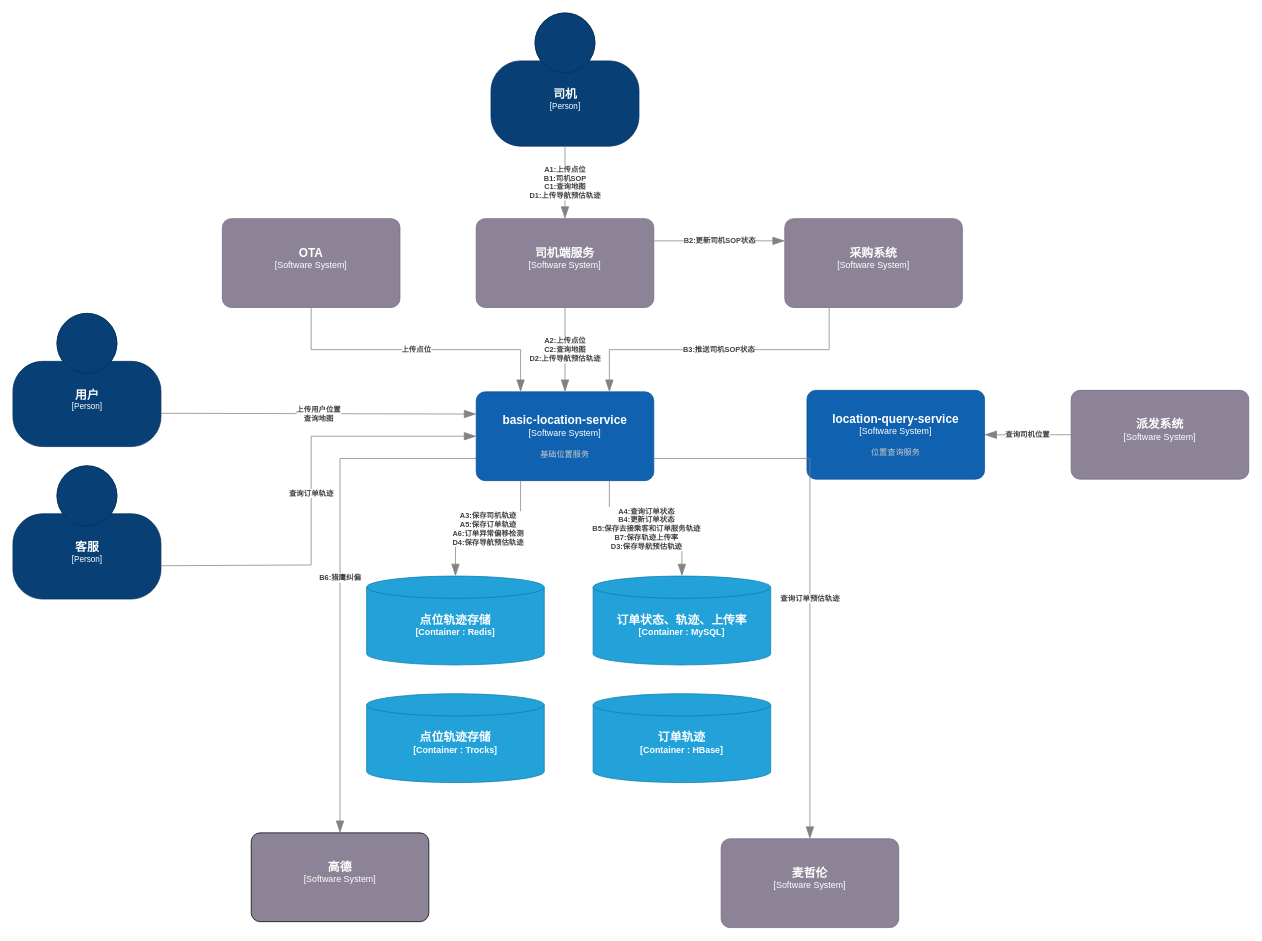
miareko/c4-diagram keeps this draw.io diagram as page "地图-容器图" (3 of 3) of 地图服务-现状.drawio. Above is the earlier version. Source tidied: cells renumbered, new cells numbered last; positions are measured from the earlier drawing's top-left corner, leaving out a move shared by most shapes. Both pictures are drawn from the tidied source at 74%, with x=0, y=0 at pixel (13, 13).
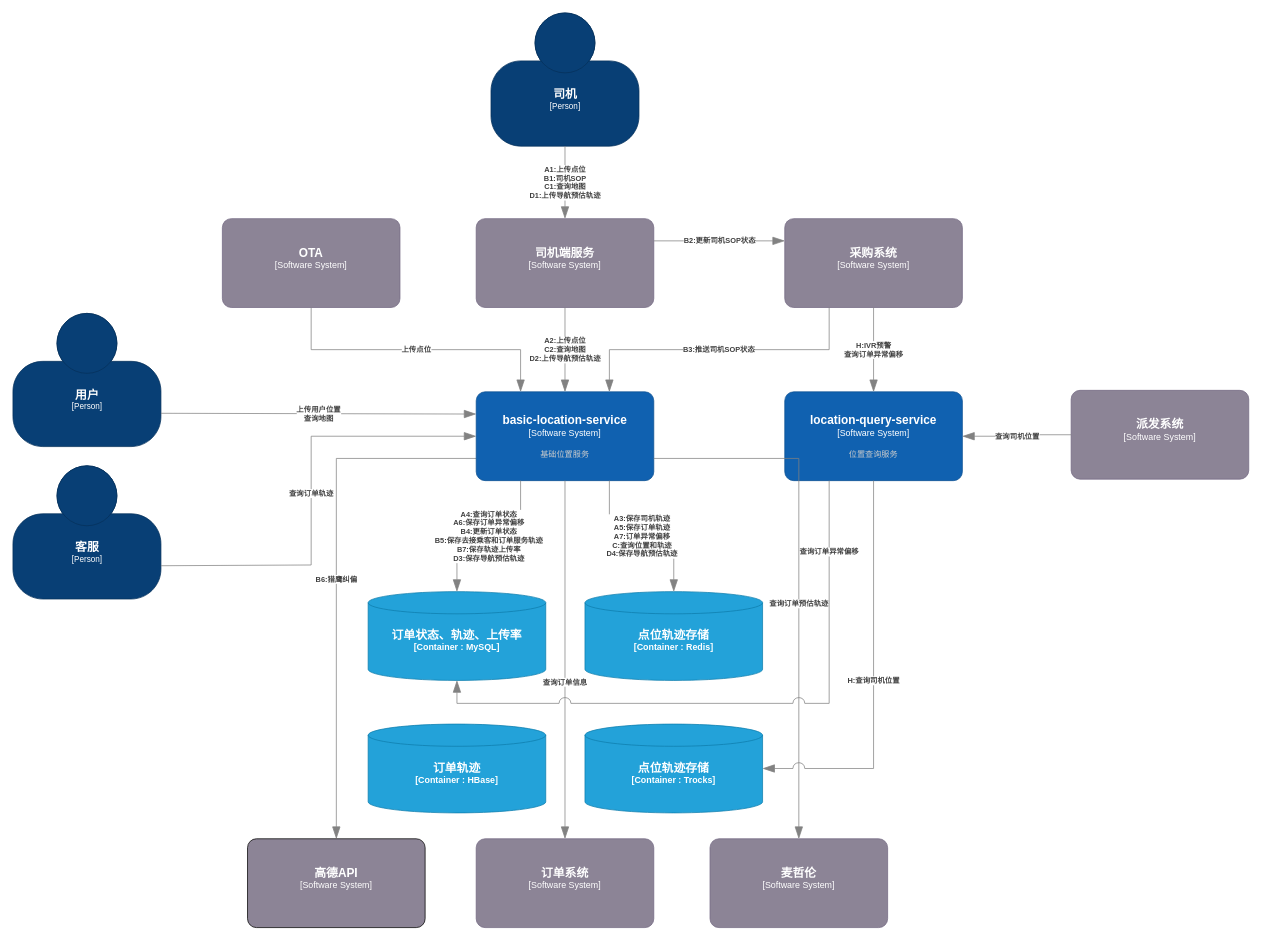
After the change.

Commit message:
Update 地图服务-现状.drawio

The change refers to these unchanged cells:
```xml
<object id="4" label="&lt;font style=&quot;font-size: 16px&quot;&gt;&lt;b&gt;%c4Name%&lt;/b&gt;&lt;/font&gt;&lt;div&gt;[%c4Type%]&lt;/div&gt;&lt;br&gt;&lt;div&gt;&lt;font style=&quot;font-size: 11px&quot;&gt;&lt;font color=&quot;#cccccc&quot;&gt;%c4Description%&lt;/font&gt;&lt;/div&gt;" c4Description="" c4Name="采购系统" c4Type="Software System" placeholders="1">
  <mxCell style="rounded=1;whiteSpace=wrap;html=1;labelBackgroundColor=none;fillColor=#8C8496;fontColor=#ffffff;align=center;arcSize=10;strokeColor=#736782;points=[[0.25,0,0],[0.5,0,0],[0.75,0,0],[1,0.25,0],[1,0.5,0],[1,0.75,0],[0.75,1,0],[0.5,1,0],[0.25,1,0],[0,0.75,0],[0,0.5,0],[0,0.25,0]];" parent="1" vertex="1">
    <mxGeometry x="1043" y="278" width="240" height="120" as="geometry" />
  </mxCell>
</object>
<object id="19" label="&lt;font style=&quot;font-size: 16px&quot;&gt;&lt;b&gt;%c4Name%&lt;/b&gt;&lt;/font&gt;&lt;div&gt;[%c4Type%]&lt;/div&gt;&lt;br&gt;&lt;div&gt;&lt;font style=&quot;font-size: 11px&quot;&gt;&lt;font color=&quot;#cccccc&quot;&gt;%c4Description%&lt;/font&gt;&lt;/div&gt;" c4Description="基础位置服务" c4Name="basic-location-service" c4Type="Software System" placeholders="1">
  <mxCell style="rounded=1;whiteSpace=wrap;html=1;labelBackgroundColor=none;fillColor=#1061B0;fontColor=#ffffff;align=center;arcSize=10;strokeColor=#0D5091;points=[[0.25,0,0],[0.5,0,0],[0.75,0,0],[1,0.25,0],[1,0.5,0],[1,0.75,0],[0.75,1,0],[0.5,1,0],[0.25,1,0],[0,0.75,0],[0,0.5,0],[0,0.25,0]];" parent="1" vertex="1">
    <mxGeometry x="626" y="512" width="240" height="120" as="geometry" />
  </mxCell>
</object>
```

Diff of the diagram source:
```diff
@@
-    <object id="5" label="&lt;font style=&quot;font-size: 16px&quot;&gt;&lt;b&gt;%c4Name%&lt;/b&gt;&lt;/font&gt;&lt;div&gt;[%c4Type%]&lt;/div&gt;&lt;br&gt;&lt;div&gt;&lt;font style=&quot;font-size: 11px&quot;&gt;&lt;font color=&quot;#cccccc&quot;&gt;%c4Description%&lt;/font&gt;&lt;/div&gt;" c4Description="" c4Name="高德" c4Type="Software System" placeholders="1">
+    <object id="5" label="&lt;font style=&quot;font-size: 16px&quot;&gt;&lt;b&gt;%c4Name%&lt;/b&gt;&lt;/font&gt;&lt;div&gt;[%c4Type%]&lt;/div&gt;&lt;br&gt;&lt;div&gt;&lt;font style=&quot;font-size: 11px&quot;&gt;&lt;font color=&quot;#cccccc&quot;&gt;%c4Description%&lt;/font&gt;&lt;/div&gt;" c4Description="" c4Name="高德API" c4Type="Software System" placeholders="1">
       <mxCell style="rounded=1;whiteSpace=wrap;html=1;labelBackgroundColor=none;fillColor=#8C8496;fontColor=#ffffff;align=center;arcSize=10;strokeColor=default;points=[[0.25,0,0],[0.5,0,0],[0.75,0,0],[1,0.25,0],[1,0.5,0],[1,0.75,0],[0.75,1,0],[0.5,1,0],[0.25,1,0],[0,0.75,0],[0,0.5,0],[0,0.25,0]];" parent="1" vertex="1">
-        <mxGeometry x="322" y="1108" width="240" height="120" as="geometry" />
+        <mxGeometry x="317" y="1116" width="240" height="120" as="geometry" />
       </mxCell>
     </object>
@@
     <object id="20" label="&lt;font style=&quot;font-size: 16px&quot;&gt;&lt;b&gt;%c4Name%&lt;/b&gt;&lt;/font&gt;&lt;div&gt;[%c4Type%]&lt;/div&gt;&lt;br&gt;&lt;div&gt;&lt;font style=&quot;font-size: 11px&quot;&gt;&lt;font color=&quot;#cccccc&quot;&gt;%c4Description%&lt;/font&gt;&lt;/div&gt;" c4Description="位置查询服务" c4Name="location-query-service" c4Type="Software System" placeholders="1">
       <mxCell style="rounded=1;whiteSpace=wrap;html=1;labelBackgroundColor=none;fillColor=#1061B0;fontColor=#ffffff;align=center;arcSize=10;strokeColor=#0D5091;points=[[0.25,0,0],[0.5,0,0],[0.75,0,0],[1,0.25,0],[1,0.5,0],[1,0.75,0],[0.75,1,0],[0.5,1,0],[0.25,1,0],[0,0.75,0],[0,0.5,0],[0,0.25,0]];" parent="1" vertex="1">
-        <mxGeometry x="1073" y="510" width="240" height="120" as="geometry" />
+        <mxGeometry x="1043" y="512" width="240" height="120" as="geometry" />
       </mxCell>
     </object>
     <object id="21" label="&lt;font style=&quot;font-size: 16px&quot;&gt;&lt;b&gt;%c4Type%&lt;/font&gt;&lt;div&gt;[%c4Container%:&amp;nbsp;%c4Technology%]&lt;/div&gt;&lt;br&gt;&lt;div&gt;&lt;font style=&quot;font-size: 11px&quot;&gt;&lt;font color=&quot;#E6E6E6&quot;&gt;%c4Description%&lt;/font&gt;&lt;/div&gt;" c4Container="Container " c4Description="" c4Technology="Redis" c4Type="点位轨迹存储" placeholders="1">
       <mxCell style="shape=cylinder3;size=15;whiteSpace=wrap;html=1;boundedLbl=1;rounded=0;labelBackgroundColor=none;fillColor=#23A2D9;fontSize=12;fontColor=#ffffff;align=center;strokeColor=#0E7DAD;points=[[0.5,0,0],[1,0.25,0],[1,0.5,0],[1,0.75,0],[0.5,1,0],[0,0.75,0],[0,0.5,0],[0,0.25,0]];" parent="1" vertex="1">
-        <mxGeometry x="478" y="761" width="240" height="120" as="geometry" />
+        <mxGeometry x="773" y="782" width="240" height="120" as="geometry" />
       </mxCell>
     </object>
     <object id="22" label="&lt;font style=&quot;font-size: 16px&quot;&gt;&lt;b&gt;%c4Type%&lt;/font&gt;&lt;div&gt;[%c4Container%:&amp;nbsp;%c4Technology%]&lt;/div&gt;&lt;br&gt;&lt;div&gt;&lt;font style=&quot;font-size: 11px&quot;&gt;&lt;font color=&quot;#E6E6E6&quot;&gt;%c4Description%&lt;/font&gt;&lt;/div&gt;" c4Container="Container " c4Description="" c4Technology="MySQL" c4Type="订单状态、轨迹、上传率" placeholders="1">
       <mxCell style="shape=cylinder3;size=15;whiteSpace=wrap;html=1;boundedLbl=1;rounded=0;labelBackgroundColor=none;fillColor=#23A2D9;fontSize=12;fontColor=#ffffff;align=center;strokeColor=#0E7DAD;points=[[0.5,0,0],[1,0.25,0],[1,0.5,0],[1,0.75,0],[0.5,1,0],[0,0.75,0],[0,0.5,0],[0,0.25,0]];" parent="1" vertex="1">
-        <mxGeometry x="784" y="761" width="240" height="120" as="geometry" />
+        <mxGeometry x="480" y="782" width="240" height="120" as="geometry" />
       </mxCell>
     </object>
-    <object id="23" label="&lt;div style=&quot;text-align: left&quot;&gt;&lt;div style=&quot;text-align: center&quot;&gt;&lt;b&gt;%c4Description%&lt;/b&gt;&lt;/div&gt;" c4Description="A3:保存司机轨迹&#10;A5:保存订单轨迹&#10;A6:订单异常偏移检测&#10;D4:保存导航预估轨迹" placeholders="1">
-      <mxCell style="endArrow=blockThin;html=1;fontSize=10;fontColor=#404040;strokeWidth=1;endFill=1;strokeColor=#828282;elbow=vertical;endSize=14;startSize=14;jumpStyle=arc;jumpSize=16;rounded=0;edgeStyle=orthogonalEdgeStyle;exitX=0.25;exitY=1;exitDx=0;exitDy=0;exitPerimeter=0;entryX=0.5;entryY=0;entryDx=0;entryDy=0;entryPerimeter=0;" parent="1" edge="1" source="19" target="21">
+    <object id="23" label="&lt;div style=&quot;text-align: left&quot;&gt;&lt;div style=&quot;text-align: center&quot;&gt;&lt;b&gt;%c4Description%&lt;/b&gt;&lt;/div&gt;" c4Description="A3:保存司机轨迹&#10;A5:保存订单轨迹&#10;A7:订单异常偏移&#10;C:查询位置和轨迹&#10;D4:保存导航预估轨迹" placeholders="1">
+      <mxCell style="endArrow=blockThin;html=1;fontSize=10;fontColor=#404040;strokeWidth=1;endFill=1;strokeColor=#828282;elbow=vertical;endSize=14;startSize=14;jumpStyle=arc;jumpSize=16;rounded=0;edgeStyle=orthogonalEdgeStyle;entryX=0.5;entryY=0;entryDx=0;entryDy=0;entryPerimeter=0;exitX=0.75;exitY=1;exitDx=0;exitDy=0;exitPerimeter=0;" parent="1" edge="1" source="19" target="21">
         <mxGeometry relative="1" as="geometry" />
       </mxCell>
     </object>
-    <object id="24" label="&lt;div style=&quot;text-align: left&quot;&gt;&lt;div style=&quot;text-align: center&quot;&gt;&lt;b&gt;%c4Description%&lt;/b&gt;&lt;/div&gt;" c4Description="A4:查询订单状态&#10;B4:更新订单状态&#10;B5:保存去接乘客和订单服务轨迹&#10;B7:保存轨迹上传率&#10;D3:保存导航预估轨迹" placeholders="1">
-      <mxCell style="endArrow=blockThin;html=1;fontSize=10;fontColor=#404040;strokeWidth=1;endFill=1;strokeColor=#828282;elbow=vertical;endSize=14;startSize=14;jumpStyle=arc;jumpSize=16;rounded=0;edgeStyle=orthogonalEdgeStyle;exitX=0.75;exitY=1;exitDx=0;exitDy=0;exitPerimeter=0;entryX=0.5;entryY=0;entryDx=0;entryDy=0;entryPerimeter=0;" parent="1" edge="1" source="19" target="22">
+    <object id="24" label="&lt;div style=&quot;text-align: left&quot;&gt;&lt;div style=&quot;text-align: center&quot;&gt;&lt;b&gt;%c4Description%&lt;/b&gt;&lt;/div&gt;" c4Description="A4:查询订单状态&#10;A6:保存订单异常偏移&#10;B4:更新订单状态&#10;B5:保存去接乘客和订单服务轨迹&#10;B7:保存轨迹上传率&#10;D3:保存导航预估轨迹" placeholders="1">
+      <mxCell style="endArrow=blockThin;html=1;fontSize=10;fontColor=#404040;strokeWidth=1;endFill=1;strokeColor=#828282;elbow=vertical;endSize=14;startSize=14;jumpStyle=arc;jumpSize=16;rounded=0;edgeStyle=orthogonalEdgeStyle;exitX=0.25;exitY=1;exitDx=0;exitDy=0;exitPerimeter=0;entryX=0.5;entryY=0;entryDx=0;entryDy=0;entryPerimeter=0;" parent="1" edge="1" source="19" target="22">
         <mxGeometry relative="1" as="geometry" />
       </mxCell>
     </object>
     <object id="25" label="&lt;font style=&quot;font-size: 16px&quot;&gt;&lt;b&gt;%c4Type%&lt;/font&gt;&lt;div&gt;[%c4Container%:&amp;nbsp;%c4Technology%]&lt;/div&gt;&lt;br&gt;&lt;div&gt;&lt;font style=&quot;font-size: 11px&quot;&gt;&lt;font color=&quot;#E6E6E6&quot;&gt;%c4Description%&lt;/font&gt;&lt;/div&gt;" c4Container="Container " c4Description="" c4Technology="HBase" c4Type="订单轨迹" placeholders="1">
       <mxCell style="shape=cylinder3;size=15;whiteSpace=wrap;html=1;boundedLbl=1;rounded=0;labelBackgroundColor=none;fillColor=#23A2D9;fontSize=12;fontColor=#ffffff;align=center;strokeColor=#0E7DAD;" parent="1" vertex="1">
-        <mxGeometry x="784" y="920" width="240" height="120" as="geometry" />
+        <mxGeometry x="480" y="961" width="240" height="120" as="geometry" />
       </mxCell>
     </object>
     <object id="26" label="&lt;font style=&quot;font-size: 16px&quot;&gt;&lt;b&gt;%c4Type%&lt;/font&gt;&lt;div&gt;[%c4Container%:&amp;nbsp;%c4Technology%]&lt;/div&gt;&lt;br&gt;&lt;div&gt;&lt;font style=&quot;font-size: 11px&quot;&gt;&lt;font color=&quot;#E6E6E6&quot;&gt;%c4Description%&lt;/font&gt;&lt;/div&gt;" c4Container="Container " c4Description="" c4Technology="Trocks" c4Type="点位轨迹存储" placeholders="1">
       <mxCell style="shape=cylinder3;size=15;whiteSpace=wrap;html=1;boundedLbl=1;rounded=0;labelBackgroundColor=none;fillColor=#23A2D9;fontSize=12;fontColor=#ffffff;align=center;strokeColor=#0E7DAD;points=[[0.5,0,0],[1,0.25,0],[1,0.5,0],[1,0.75,0],[0.5,1,0],[0,0.75,0],[0,0.5,0],[0,0.25,0]];" parent="1" vertex="1">
-        <mxGeometry x="478" y="920" width="240" height="120" as="geometry" />
+        <mxGeometry x="773" y="961" width="240" height="120" as="geometry" />
       </mxCell>
     </object>
     <object id="27" label="&lt;font style=&quot;font-size: 16px&quot;&gt;&lt;b&gt;%c4Name%&lt;/b&gt;&lt;/font&gt;&lt;div&gt;[%c4Type%]&lt;/div&gt;&lt;br&gt;&lt;div&gt;&lt;font style=&quot;font-size: 11px&quot;&gt;&lt;font color=&quot;#cccccc&quot;&gt;%c4Description%&lt;/font&gt;&lt;/div&gt;" c4Description="" c4Name="麦哲伦" c4Type="Software System" placeholders="1">
       <mxCell style="rounded=1;whiteSpace=wrap;html=1;labelBackgroundColor=none;fillColor=#8C8496;fontColor=#ffffff;align=center;arcSize=10;strokeColor=#736782;points=[[0.25,0,0],[0.5,0,0],[0.75,0,0],[1,0.25,0],[1,0.5,0],[1,0.75,0],[0.75,1,0],[0.5,1,0],[0.25,1,0],[0,0.75,0],[0,0.5,0],[0,0.25,0]];" parent="1" vertex="1">
-        <mxGeometry x="957" y="1116" width="240" height="120" as="geometry" />
+        <mxGeometry x="942" y="1116" width="240" height="120" as="geometry" />
       </mxCell>
     </object>
@@
+    <object id="29" label="&lt;font style=&quot;font-size: 16px&quot;&gt;&lt;b&gt;%c4Name%&lt;/b&gt;&lt;/font&gt;&lt;div&gt;[%c4Type%]&lt;/div&gt;&lt;br&gt;&lt;div&gt;&lt;font style=&quot;font-size: 11px&quot;&gt;&lt;font color=&quot;#cccccc&quot;&gt;%c4Description%&lt;/font&gt;&lt;/div&gt;" c4Description="" c4Name="订单系统" c4Type="Software System" placeholders="1">
+      <mxCell style="rounded=1;whiteSpace=wrap;html=1;labelBackgroundColor=none;fillColor=#8C8496;fontColor=#ffffff;align=center;arcSize=10;strokeColor=#736782;points=[[0.25,0,0],[0.5,0,0],[0.75,0,0],[1,0.25,0],[1,0.5,0],[1,0.75,0],[0.75,1,0],[0.5,1,0],[0.25,1,0],[0,0.75,0],[0,0.5,0],[0,0.25,0]];" parent="1" vertex="1">
+        <mxGeometry x="626" y="1116" width="240" height="120" as="geometry" />
+      </mxCell>
+    </object>
+    <object id="30" label="&lt;div style=&quot;text-align: left&quot;&gt;&lt;div style=&quot;text-align: center&quot;&gt;&lt;b&gt;%c4Description%&lt;/b&gt;&lt;/div&gt;" c4Description="查询订单信息" placeholders="1">
+      <mxCell style="endArrow=blockThin;html=1;fontSize=10;fontColor=#404040;strokeWidth=1;endFill=1;strokeColor=#828282;elbow=vertical;endSize=14;startSize=14;jumpStyle=arc;jumpSize=16;rounded=0;edgeStyle=orthogonalEdgeStyle;exitX=0.5;exitY=1;exitDx=0;exitDy=0;exitPerimeter=0;" parent="1" edge="1" source="19" target="29">
+        <mxGeometry x="0.12" relative="1" as="geometry">
+          <mxPoint y="1" as="offset" />
+        </mxGeometry>
+      </mxCell>
+    </object>
+    <object id="31" label="&lt;div style=&quot;text-align: left&quot;&gt;&lt;div style=&quot;text-align: center&quot;&gt;&lt;b&gt;%c4Description%&lt;/b&gt;&lt;/div&gt;" c4Description="H:IVR预警&#10;查询订单异常偏移" placeholders="1">
+      <mxCell style="endArrow=blockThin;html=1;fontSize=10;fontColor=#404040;strokeWidth=1;endFill=1;strokeColor=#828282;elbow=vertical;endSize=14;startSize=14;jumpStyle=arc;jumpSize=16;rounded=0;edgeStyle=orthogonalEdgeStyle;exitX=0.5;exitY=1;exitDx=0;exitDy=0;exitPerimeter=0;" parent="1" edge="1" source="4" target="20">
+        <mxGeometry relative="1" as="geometry" />
+      </mxCell>
+    </object>
+    <object id="32" label="&lt;div style=&quot;text-align: left&quot;&gt;&lt;div style=&quot;text-align: center&quot;&gt;&lt;b&gt;%c4Description%&lt;/b&gt;&lt;/div&gt;" c4Description="H:查询司机位置" placeholders="1">
+      <mxCell style="endArrow=blockThin;html=1;fontSize=10;fontColor=#404040;strokeWidth=1;endFill=1;strokeColor=#828282;elbow=vertical;endSize=14;startSize=14;jumpStyle=arc;jumpSize=16;rounded=0;edgeStyle=orthogonalEdgeStyle;exitX=0.5;exitY=1;exitDx=0;exitDy=0;exitPerimeter=0;entryX=1;entryY=0.5;entryDx=0;entryDy=0;entryPerimeter=0;" parent="1" edge="1" source="20" target="26">
+        <mxGeometry relative="1" as="geometry" />
+      </mxCell>
+    </object>
+    <object id="33" label="&lt;div style=&quot;text-align: left&quot;&gt;&lt;div style=&quot;text-align: center&quot;&gt;&lt;b&gt;%c4Description%&lt;/b&gt;&lt;/div&gt;" c4Description="查询订单异常偏移" placeholders="1">
+      <mxCell style="endArrow=blockThin;html=1;fontSize=10;fontColor=#404040;strokeWidth=1;endFill=1;strokeColor=#828282;elbow=vertical;endSize=14;startSize=14;jumpStyle=arc;jumpSize=16;rounded=0;edgeStyle=orthogonalEdgeStyle;exitX=0.25;exitY=1;exitDx=0;exitDy=0;exitPerimeter=0;entryX=0.5;entryY=1;entryDx=0;entryDy=0;entryPerimeter=0;" parent="1" edge="1" source="20" target="22">
+        <mxGeometry x="-0.77" relative="1" as="geometry">
+          <Array as="points">
+            <mxPoint x="1103" y="933" />
+            <mxPoint x="600" y="933" />
+          </Array>
+        </mxGeometry>
+      </mxCell>
+    </object>
```
